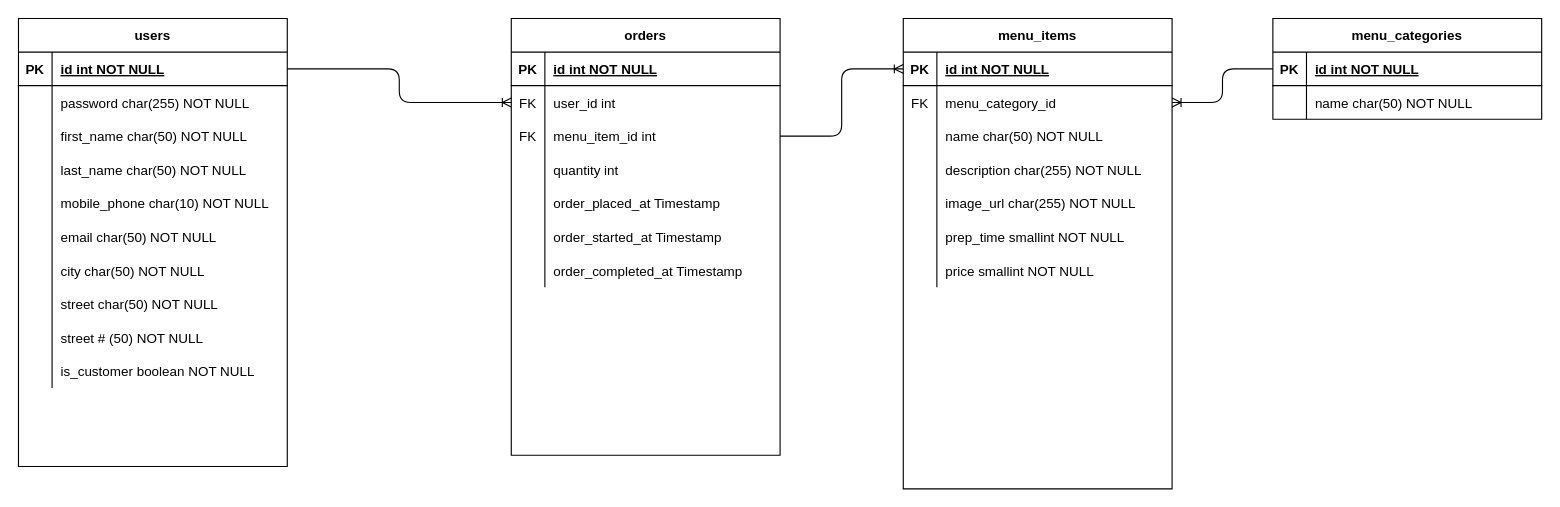
mjoyal/taco-takeout keeps this draw.io diagram as db/erd/taco_takeout_erd.drawio. Above is the earlier version. Source tidied: cells renumbered, new cells numbered last; positions are measured from the earlier drawing's top-left corner, leaving out a move shared by most shapes. Both pictures are drawn from the tidied source at 112%, with x=0, y=0 at pixel (18, 18).
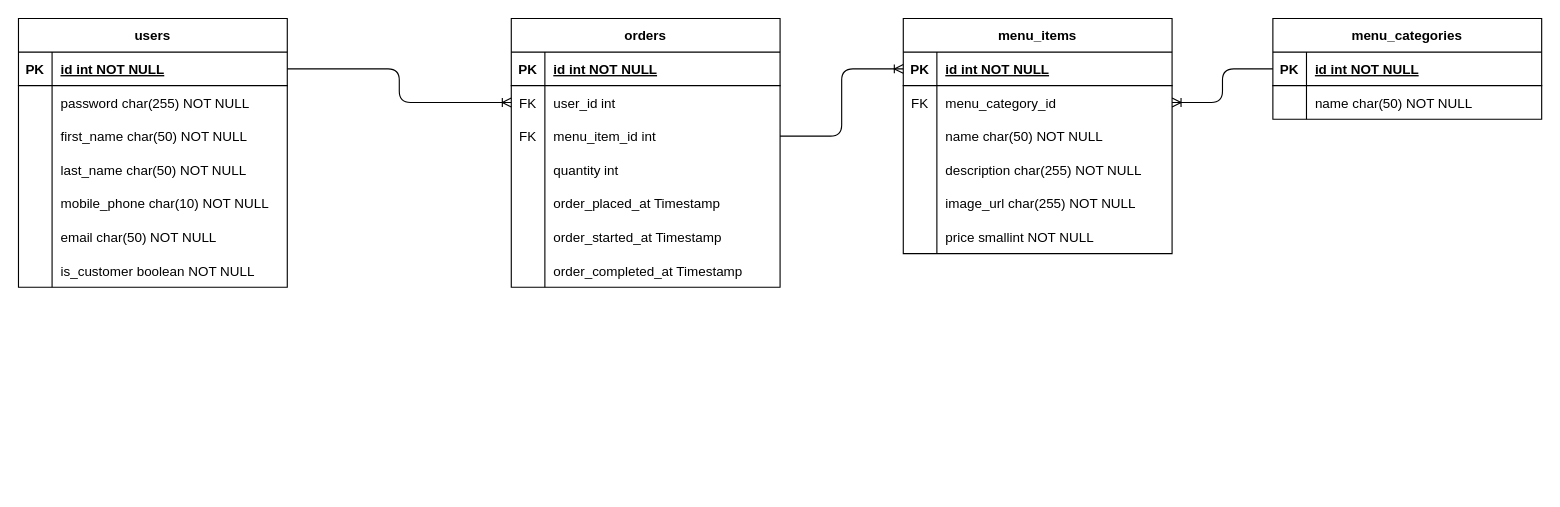
The same page after the edit.

Commit message:
ERD finalized

Change to the diagram source:
```diff
@@
     <mxCell id="2" value="users" style="shape=table;startSize=30;childLayout=tableLayout;rowLines=0;fontStyle=1;align=center;" parent="1" vertex="1">
-      <mxGeometry width="240" height="400" as="geometry" />
+      <mxGeometry width="240" height="240" as="geometry" />
     </mxCell>
@@
-    <mxCell id="18" style="shape=partialRectangle;fillColor=none;top=0;left=0;bottom=0;right=0;" parent="2" vertex="1">
-      <mxGeometry y="180" width="240" height="30" as="geometry" />
-    </mxCell>
-    <mxCell id="19" style="shape=partialRectangle;fillColor=none;top=0;left=0;bottom=0;right=0;overflow=hidden;" parent="18" vertex="1">
-      <mxGeometry width="30" height="30" as="geometry" />
-    </mxCell>
-    <mxCell id="20" value="email char(50) NOT NULL" style="shape=partialRectangle;fillColor=none;top=0;left=0;bottom=0;right=0;align=left;spacingLeft=6;overflow=hidden;" parent="18" vertex="1">
-      <mxGeometry x="30" width="210" height="30" as="geometry" />
-    </mxCell>
-    <mxCell id="21" style="shape=partialRectangle;fillColor=none;top=0;left=0;bottom=0;right=0;" parent="2" vertex="1">
-      <mxGeometry y="210" width="240" height="30" as="geometry" />
-    </mxCell>
-    <mxCell id="22" style="shape=partialRectangle;fillColor=none;top=0;left=0;bottom=0;right=0;overflow=hidden;" parent="21" vertex="1">
-      <mxGeometry width="30" height="30" as="geometry" />
-    </mxCell>
-    <mxCell id="23" value="city char(50) NOT NULL" style="shape=partialRectangle;fillColor=none;top=0;left=0;bottom=0;right=0;align=left;spacingLeft=6;overflow=hidden;" parent="21" vertex="1">
-      <mxGeometry x="30" width="210" height="30" as="geometry" />
-    </mxCell>
     <mxCell id="24" style="shape=partialRectangle;fillColor=none;top=0;left=0;bottom=0;right=0;" parent="2" vertex="1">
-      <mxGeometry y="240" width="240" height="30" as="geometry" />
+      <mxGeometry y="180" width="240" height="30" as="geometry" />
     </mxCell>
@@
-    <mxCell id="26" value="street char(50) NOT NULL" style="shape=partialRectangle;fillColor=none;top=0;left=0;bottom=0;right=0;align=left;spacingLeft=6;overflow=hidden;" parent="24" vertex="1">
+    <mxCell id="26" value="email char(50) NOT NULL" style="shape=partialRectangle;fillColor=none;top=0;left=0;bottom=0;right=0;align=left;spacingLeft=6;overflow=hidden;" parent="24" vertex="1">
       <mxGeometry x="30" width="210" height="30" as="geometry" />
     </mxCell>
-    <mxCell id="27" style="shape=partialRectangle;fillColor=none;top=0;left=0;bottom=0;right=0;" parent="2" vertex="1">
-      <mxGeometry y="270" width="240" height="30" as="geometry" />
-    </mxCell>
-    <mxCell id="28" style="shape=partialRectangle;fillColor=none;top=0;left=0;bottom=0;right=0;overflow=hidden;" parent="27" vertex="1">
-      <mxGeometry width="30" height="30" as="geometry" />
-    </mxCell>
-    <mxCell id="29" value="street # (50) NOT NULL" style="shape=partialRectangle;fillColor=none;top=0;left=0;bottom=0;right=0;align=left;spacingLeft=6;overflow=hidden;" parent="27" vertex="1">
-      <mxGeometry x="30" width="210" height="30" as="geometry" />
-    </mxCell>
     <mxCell id="30" style="shape=partialRectangle;fillColor=none;top=0;left=0;bottom=0;right=0;" parent="2" vertex="1">
-      <mxGeometry y="300" width="240" height="30" as="geometry" />
+      <mxGeometry y="210" width="240" height="30" as="geometry" />
     </mxCell>
@@
     <mxCell id="43" value="menu_items" style="shape=table;startSize=30;childLayout=tableLayout;rowLines=0;fontStyle=1;align=center;" parent="1" vertex="1">
-      <mxGeometry x="790" width="240" height="420" as="geometry" />
+      <mxGeometry x="790" width="240" height="210" as="geometry" />
     </mxCell>
@@
-    <mxCell id="59" style="shape=partialRectangle;fillColor=none;top=0;left=0;right=0;bottom=0;" parent="43" vertex="1">
-      <mxGeometry y="180" width="240" height="30" as="geometry" />
-    </mxCell>
-    <mxCell id="60" style="shape=partialRectangle;overflow=hidden;fillColor=none;top=0;left=0;bottom=0;right=0;" parent="59" vertex="1">
-      <mxGeometry width="30" height="30" as="geometry" />
-    </mxCell>
-    <mxCell id="61" value="prep_time smallint NOT NULL" style="shape=partialRectangle;overflow=hidden;fillColor=none;top=0;left=0;bottom=0;right=0;align=left;spacingLeft=6;" parent="59" vertex="1">
-      <mxGeometry x="30" width="210" height="30" as="geometry" />
-    </mxCell>
     <mxCell id="62" style="shape=partialRectangle;fillColor=none;top=0;left=0;bottom=0;right=0;" parent="43" vertex="1">
-      <mxGeometry y="210" width="240" height="30" as="geometry" />
+      <mxGeometry y="180" width="240" height="30" as="geometry" />
     </mxCell>
@@
     <mxCell id="65" value="orders" style="shape=table;startSize=30;childLayout=tableLayout;rowLines=0;fontStyle=1;align=center;" parent="1" vertex="1">
-      <mxGeometry x="440" width="240" height="390" as="geometry" />
+      <mxGeometry x="440" width="240" height="240" as="geometry" />
     </mxCell>
```
